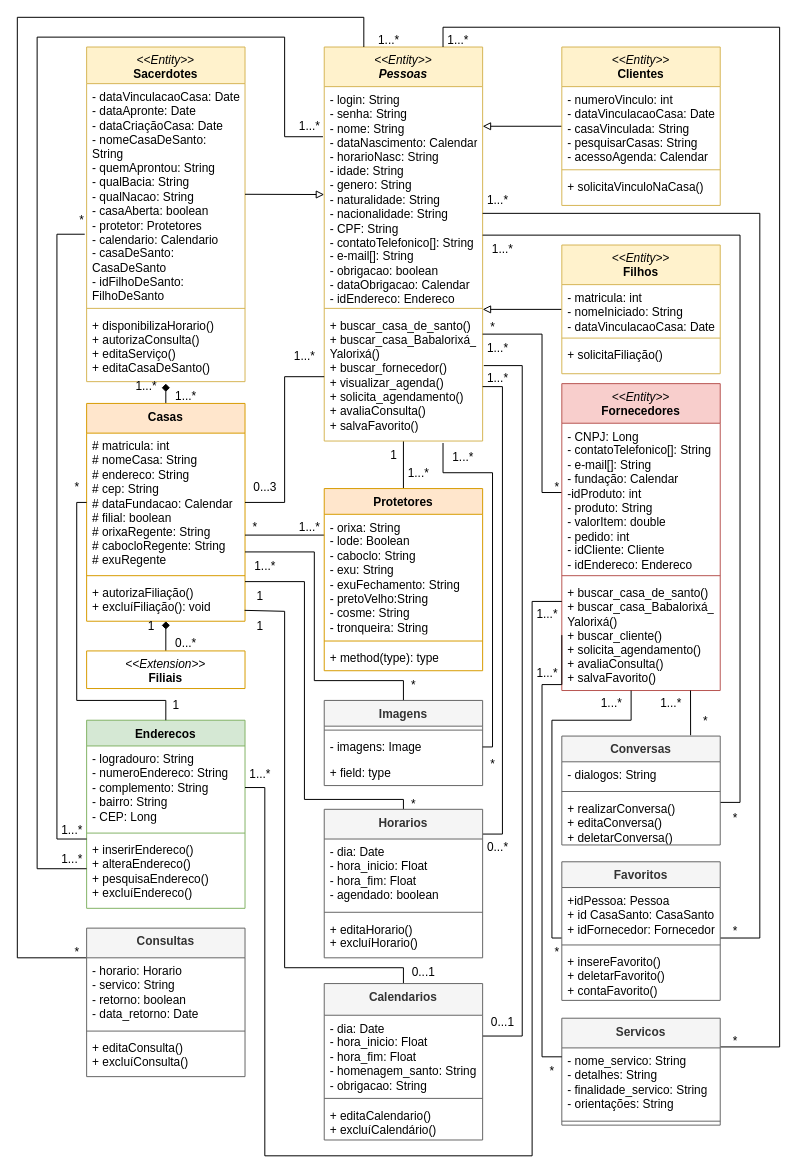
Earlier version of the draw.io diagram DiagramaDeClasseSarava.drawio (AlexCarvalhovisk/sarava). Source tidied: cells renumbered, new cells numbered last; positions are measured from the earlier drawing's top-left corner, leaving out a move shared by most shapes. Both pictures are drawn from the tidied source at 99%, with x=0, y=0 at pixel (17, 17).
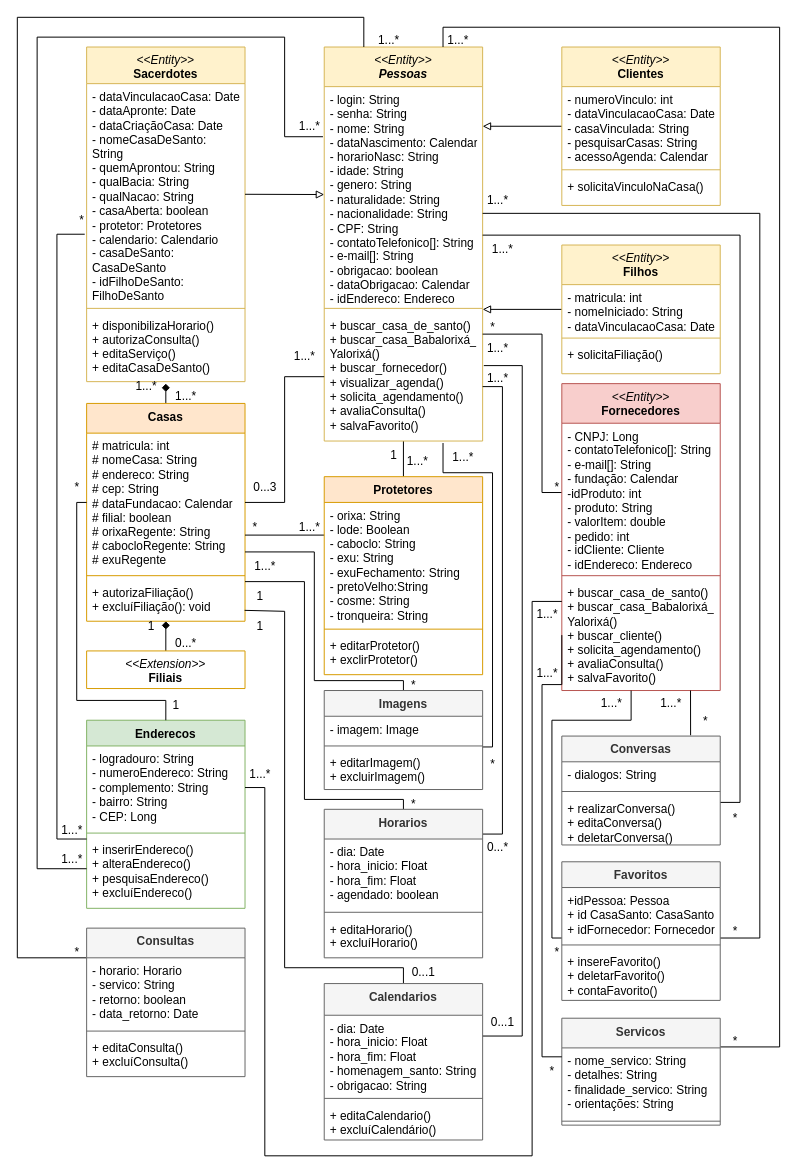
The same page after the edit.

The change refers to these unchanged cells:
```xml
<mxCell id="28" value="# matricula: int&lt;br&gt;# nomeCasa: String&lt;br&gt;# endereco: String&lt;br&gt;# cep: String&lt;br&gt;# dataFundacao: Calendar&lt;br&gt;# filial: boolean&lt;br&gt;# orixaRegente: String&lt;br&gt;# cabocloRegente: String&lt;br&gt;# exuRegente" style="text;strokeColor=none;fillColor=none;align=left;verticalAlign=top;spacingLeft=4;spacingRight=4;overflow=hidden;points=[[0,0.5],[1,0.5]];portConstraint=eastwest;whiteSpace=wrap;html=1;" parent="27" vertex="1">
  <mxGeometry y="30" width="160" height="140" as="geometry" />
</mxCell>
```

The edit, as a diff of the source:
```diff
@@
     <mxCell id="59" value="Protetores" style="swimlane;fontStyle=1;align=center;verticalAlign=top;horizontal=1;startSize=26;whiteSpace=wrap;html=1;fillColor=#ffe6cc;strokeColor=#d79b00;" parent="1" vertex="1">
-      <mxGeometry x="310" y="476" width="160" height="184" as="geometry" />
+      <mxGeometry x="310" y="464" width="160" height="200" as="geometry" />
     </mxCell>
@@
-    <mxCell id="62" value="+ method(type): type" style="text;strokeColor=none;fillColor=none;align=left;verticalAlign=top;spacingLeft=4;spacingRight=4;overflow=hidden;whiteSpace=wrap;html=1;" parent="59" vertex="1">
-      <mxGeometry y="158" width="160" height="26" as="geometry" />
+    <mxCell id="62" value="+ editarProtetor()&lt;br&gt;+ exclirProtetor()" style="text;strokeColor=none;fillColor=none;align=left;verticalAlign=top;spacingLeft=4;spacingRight=4;overflow=hidden;whiteSpace=wrap;html=1;" parent="59" vertex="1">
+      <mxGeometry y="158" width="160" height="42" as="geometry" />
     </mxCell>
@@
-    <mxCell id="75" style="edgeStyle=orthogonalEdgeStyle;rounded=0;jettySize=auto;html=1;endArrow=none;endFill=0;" parent="1" edge="1" source="76" target="28">
+    <mxCell id="75" style="edgeStyle=orthogonalEdgeStyle;rounded=0;jettySize=auto;html=1;endArrow=none;endFill=0;exitX=0.5;exitY=0;exitDx=0;exitDy=0;" parent="1" edge="1" source="76" target="28">
       <mxGeometry relative="1" as="geometry">
         <Array as="points">
           <mxPoint x="390" y="670" />
           <mxPoint x="300" y="670" />
           <mxPoint x="300" y="540" />
         </Array>
       </mxGeometry>
     </mxCell>
-    <mxCell id="76" value="Imagens" style="swimlane;fontStyle=1;align=center;verticalAlign=top;horizontal=1;startSize=26;whiteSpace=wrap;html=1;fillColor=#f5f5f5;fontColor=#333333;strokeColor=#666666;" parent="1" vertex="1">
-      <mxGeometry x="310" y="690" width="160" height="86" as="geometry" />
-    </mxCell>
-    <mxCell id="77" style="line;strokeWidth=1;fillColor=none;align=left;verticalAlign=middle;spacingTop=-1;spacingLeft=3;spacingRight=3;labelPosition=right;strokeColor=inherit;" parent="76" vertex="1">
-      <mxGeometry y="26" width="160" height="8" as="geometry" />
-    </mxCell>
-    <mxCell id="78" value="- imagens: Image" style="text;strokeColor=none;fillColor=none;align=left;verticalAlign=top;spacingLeft=4;spacingRight=4;overflow=hidden;points=[[0,0.5],[1,0.5]];portConstraint=eastwest;whiteSpace=wrap;html=1;" parent="76" vertex="1">
-      <mxGeometry y="34" width="160" height="26" as="geometry" />
-    </mxCell>
-    <mxCell id="79" value="+ field: type" style="text;strokeColor=none;fillColor=none;align=left;verticalAlign=top;spacingLeft=4;spacingRight=4;overflow=hidden;whiteSpace=wrap;html=1;" parent="76" vertex="1">
-      <mxGeometry y="60" width="160" height="26" as="geometry" />
-    </mxCell>
@@
-    <mxCell id="85" style="edgeStyle=orthogonalEdgeStyle;rounded=0;jettySize=auto;html=1;endArrow=none;endFill=0;exitX=1;exitY=0.5;exitDx=0;exitDy=0;" parent="1" edge="1" source="78">
+    <mxCell id="85" style="edgeStyle=orthogonalEdgeStyle;rounded=0;orthogonalLoop=1;jettySize=auto;html=1;endArrow=none;endFill=0;exitX=1;exitY=0.5;exitDx=0;exitDy=0;" parent="1" edge="1">
       <mxGeometry relative="1" as="geometry">
+        <mxPoint x="470" y="737" as="sourcePoint" />
         <mxPoint x="430" y="430" as="targetPoint" />
         <Array as="points">
           <mxPoint x="480" y="737" />
           <mxPoint x="480" y="460" />
           <mxPoint x="430" y="460" />
         </Array>
       </mxGeometry>
     </mxCell>
@@
     <mxCell id="111" value="1...*" style="text;html=1;align=center;verticalAlign=middle;strokeColor=none;fillColor=none;" parent="1" vertex="1">
-      <mxGeometry x="385" y="446" width="40" height="30" as="geometry" />
+      <mxGeometry x="384" y="434" width="40" height="30" as="geometry" />
     </mxCell>
@@
+    <mxCell id="76" value="Imagens" style="swimlane;fontStyle=1;align=center;verticalAlign=top;horizontal=1;startSize=26;whiteSpace=wrap;html=1;fillColor=#f5f5f5;fontColor=#333333;strokeColor=#666666;" parent="1" vertex="1">
+      <mxGeometry x="310" y="680" width="160" height="100" as="geometry" />
+    </mxCell>
+    <mxCell id="134" value="- imagem: Image" style="text;strokeColor=none;fillColor=none;align=left;verticalAlign=top;spacingLeft=4;spacingRight=4;overflow=hidden;whiteSpace=wrap;html=1;" parent="76" vertex="1">
+      <mxGeometry y="26" width="160" height="26" as="geometry" />
+    </mxCell>
+    <mxCell id="135" style="line;strokeWidth=1;fillColor=none;align=left;verticalAlign=middle;spacingTop=-1;spacingLeft=3;spacingRight=3;labelPosition=right;strokeColor=inherit;" parent="76" vertex="1">
+      <mxGeometry y="52" width="160" height="8" as="geometry" />
+    </mxCell>
+    <mxCell id="136" value="+ editarImagem()&lt;br&gt;+ excluirImagem()" style="text;strokeColor=none;fillColor=none;align=left;verticalAlign=top;spacingLeft=4;spacingRight=4;overflow=hidden;whiteSpace=wrap;html=1;" parent="76" vertex="1">
+      <mxGeometry y="60" width="160" height="40" as="geometry" />
+    </mxCell>
```
